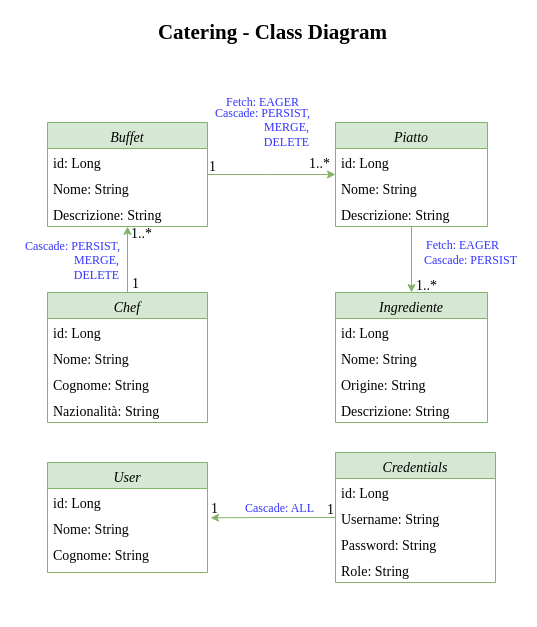
Earlier version of the draw.io diagram SIW_Catering_Class_Diagram/SIW_Catering_Class_Diagram.drawio (DavideTedesco/SIW-Catering-2022). Source tidied: cells renumbered, new cells numbered last; positions are measured from the earlier drawing's top-left corner, leaving out a move shared by most shapes. Both pictures are drawn from the tidied source at 100%, with x=0, y=0 at pixel (17, 17).
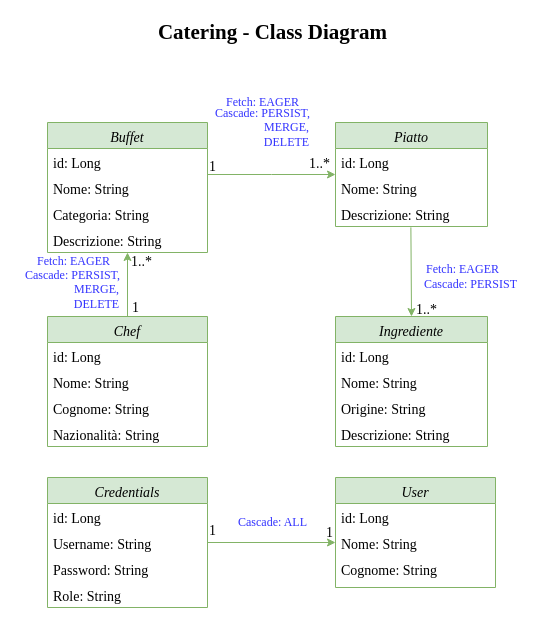
Above is the later version.

Unchanged cells that the change refers to:
```xml
<mxCell id="9" value="Descrizione: String" style="text;align=left;verticalAlign=top;spacingLeft=4;spacingRight=4;overflow=hidden;points=[[0,0.5],[1,0.5]];portConstraint=eastwest;rounded=0;shadow=0;html=0;fontFamily=Garamond;fontSize=14;" parent="6" vertex="1">
  <mxGeometry y="78" width="152" height="26" as="geometry" />
</mxCell>
<mxCell id="36" value="Nome: String" style="text;align=left;verticalAlign=top;spacingLeft=4;spacingRight=4;overflow=hidden;points=[[0,0.5],[1,0.5]];portConstraint=eastwest;fontFamily=Garamond;fontSize=14;" parent="34" vertex="1">
  <mxGeometry y="52" width="160" height="26" as="geometry" />
</mxCell>
<mxCell id="40" value="Username: String" style="text;align=left;verticalAlign=top;spacingLeft=4;spacingRight=4;overflow=hidden;points=[[0,0.5],[1,0.5]];portConstraint=eastwest;fontFamily=Garamond;fontSize=14;" parent="38" vertex="1">
  <mxGeometry y="52" width="160" height="26" as="geometry" />
</mxCell>
```

The edit, as a diff of the source:
```diff
@@
     <mxCell id="2" value="Buffet" style="swimlane;fontStyle=2;align=center;verticalAlign=top;horizontal=1;startSize=26;rounded=0;shadow=0;strokeWidth=1;fontFamily=Garamond;fontSize=14;fillColor=#d5e8d4;strokeColor=#82b366;" parent="1" vertex="1">
-      <mxGeometry x="30" y="105" width="160" height="104" as="geometry" />
+      <mxGeometry x="30" y="105" width="160" height="130" as="geometry" />
     </mxCell>
@@
-    <mxCell id="5" value="Descrizione: String" style="text;align=left;verticalAlign=top;spacingLeft=4;spacingRight=4;overflow=hidden;rounded=0;shadow=0;html=0;fontFamily=Garamond;fontSize=14;" parent="2" vertex="1">
+    <mxCell id="5" value="Categoria: String" style="text;align=left;verticalAlign=top;spacingLeft=4;spacingRight=4;overflow=hidden;rounded=0;shadow=0;html=0;fontFamily=Garamond;fontSize=14;" parent="2" vertex="1">
       <mxGeometry y="78" width="160" height="26" as="geometry" />
     </mxCell>
+    <mxCell id="47" value="Descrizione: String" style="text;align=left;verticalAlign=top;spacingLeft=4;spacingRight=4;overflow=hidden;rounded=0;shadow=0;html=0;fontFamily=Garamond;fontSize=14;" parent="2" vertex="1">
+      <mxGeometry y="104" width="160" height="26" as="geometry" />
+    </mxCell>
@@
     <mxCell id="13" value="Chef" style="swimlane;fontStyle=2;align=center;verticalAlign=top;horizontal=1;startSize=26;rounded=0;shadow=0;strokeWidth=1;fontFamily=Garamond;fontSize=14;fillColor=#d5e8d4;strokeColor=#82b366;" parent="1" vertex="1">
-      <mxGeometry x="30" y="275" width="160" height="130" as="geometry" />
+      <mxGeometry x="30" y="299" width="160" height="130" as="geometry" />
     </mxCell>
@@
-    <mxCell id="18" style="endArrow=classic;html=1;rounded=0;targetPerimeterSpacing=11;elbow=vertical;exitX=0.5;exitY=0;exitDx=0;exitDy=0;endFill=1;entryX=0.5;entryY=1;entryDx=0;entryDy=0;fontFamily=Garamond;fontSize=14;fillColor=#d5e8d4;strokeColor=#82b366;" parent="1" edge="1" source="13" target="2">
-      <mxGeometry relative="1" as="geometry" />
+    <mxCell id="18" style="endArrow=classic;html=1;rounded=0;targetPerimeterSpacing=11;elbow=vertical;exitX=0.5;exitY=0;exitDx=0;exitDy=0;endFill=1;fontFamily=Garamond;fontSize=14;fillColor=#d5e8d4;strokeColor=#82b366;" parent="1" edge="1" source="13">
+      <mxGeometry relative="1" as="geometry">
+        <mxPoint x="110" y="235" as="targetPoint" />
+      </mxGeometry>
     </mxCell>
     <mxCell id="19" value="Ingrediente" style="swimlane;fontStyle=2;align=center;verticalAlign=top;horizontal=1;startSize=26;rounded=0;shadow=0;strokeWidth=1;fontFamily=Garamond;fontSize=14;fillColor=#d5e8d4;strokeColor=#82b366;" parent="1" vertex="1">
-      <mxGeometry x="318" y="275" width="152" height="130" as="geometry" />
+      <mxGeometry x="318" y="299" width="152" height="130" as="geometry" />
     </mxCell>
@@
     <mxCell id="24" value="1..*" style="align=left;verticalAlign=bottom;labelBackgroundColor=none;fontSize=14;fontFamily=Garamond;" parent="1" vertex="1">
-      <mxGeometry x="112" y="225" as="geometry" />
+      <mxGeometry x="112" y="253" as="geometry" />
     </mxCell>
     <mxCell id="25" value="1..*" style="align=left;verticalAlign=bottom;labelBackgroundColor=none;fontSize=14;fontFamily=Garamond;" parent="1" vertex="1">
-      <mxGeometry x="290" y="228" as="geometry">
+      <mxGeometry x="290" y="252" as="geometry">
         <mxPoint x="107" y="49" as="offset" />
       </mxGeometry>
     </mxCell>
     <mxCell id="26" value="1" style="align=right;verticalAlign=bottom;labelBackgroundColor=none;fontSize=14;fontFamily=Garamond;" parent="1" vertex="1">
-      <mxGeometry x="123" y="275" as="geometry" />
+      <mxGeometry x="123" y="299" as="geometry" />
     </mxCell>
@@
-    <mxCell id="28" style="endArrow=classic;html=1;rounded=0;entryX=0.5;entryY=0;entryDx=0;entryDy=0;fillColor=#d5e8d4;strokeColor=#82b366;" parent="1" edge="1" source="9" target="19">
+    <mxCell id="28" style="endArrow=classic;html=1;rounded=0;entryX=0.5;entryY=0;entryDx=0;entryDy=0;fillColor=#d5e8d4;strokeColor=#82b366;exitX=0.496;exitY=1.033;exitDx=0;exitDy=0;exitPerimeter=0;" parent="1" edge="1" source="9" target="19">
       <mxGeometry relative="1" as="geometry" />
     </mxCell>
     <mxCell id="29" value="Fetch: EAGER" style="text;html=1;align=center;verticalAlign=middle;fontFamily=Garamond;fontColor=#3333FF;" parent="1" vertex="1">
-      <mxGeometry x="400" y="218" width="90" height="20" as="geometry" />
+      <mxGeometry x="400" y="242" width="90" height="20" as="geometry" />
     </mxCell>
     <mxCell id="30" value="Cascade: PERSIST" style="text;html=1;align=center;verticalAlign=middle;fontFamily=Garamond;fontColor=#3333FF;" parent="1" vertex="1">
-      <mxGeometry x="403" y="233" width="100" height="20" as="geometry" />
+      <mxGeometry x="403" y="257" width="100" height="20" as="geometry" />
     </mxCell>
     <mxCell id="31" value="Cascade: PERSIST, &lt;br&gt;&lt;span style=&quot;white-space: pre;&quot;&gt;&#9;&lt;span style=&quot;white-space: pre;&quot;&gt;&#9;&lt;/span&gt;&lt;/span&gt;MERGE, &lt;br&gt;&lt;span style=&quot;white-space: pre;&quot;&gt;&#9;&lt;/span&gt;&lt;span style=&quot;white-space: pre;&quot;&gt;&#9;&lt;/span&gt;DELETE" style="text;html=1;align=center;verticalAlign=middle;fontFamily=Garamond;fontColor=#3333FF;" parent="1" vertex="1">
-      <mxGeometry y="218" width="110" height="50" as="geometry" />
+      <mxGeometry y="247" width="110" height="50" as="geometry" />
     </mxCell>
@@
     <mxCell id="34" value="User" style="swimlane;fontStyle=2;align=center;verticalAlign=top;horizontal=1;startSize=26;rounded=0;shadow=0;strokeWidth=1;fontFamily=Garamond;fontSize=14;fillColor=#d5e8d4;strokeColor=#82b366;" parent="1" vertex="1">
-      <mxGeometry x="30" y="445" width="160" height="110" as="geometry" />
+      <mxGeometry x="318" y="460" width="160" height="110" as="geometry" />
     </mxCell>
@@
     <mxCell id="38" value="Credentials" style="swimlane;fontStyle=2;align=center;verticalAlign=top;horizontal=1;startSize=26;rounded=0;shadow=0;strokeWidth=1;fontFamily=Garamond;fontSize=14;fillColor=#d5e8d4;strokeColor=#82b366;" parent="1" vertex="1">
-      <mxGeometry x="318" y="435" width="160" height="130" as="geometry" />
+      <mxGeometry x="30" y="460" width="160" height="130" as="geometry" />
     </mxCell>
@@
-    <mxCell id="43" style="edgeStyle=orthogonalEdgeStyle;rounded=0;jettySize=auto;html=1;exitX=0;exitY=0.5;exitDx=0;exitDy=0;entryX=1.019;entryY=0.128;entryDx=0;entryDy=0;entryPerimeter=0;fillColor=#d5e8d4;strokeColor=#82b366;" parent="1" edge="1" source="40" target="36">
-      <mxGeometry relative="1" as="geometry" />
-    </mxCell>
     <mxCell id="44" value="1" style="align=right;verticalAlign=bottom;labelBackgroundColor=none;fontSize=14;fontFamily=Garamond;" parent="1" vertex="1">
-      <mxGeometry x="318" y="501" as="geometry" />
+      <mxGeometry x="317" y="524" as="geometry" />
     </mxCell>
     <mxCell id="45" value="1" style="align=right;verticalAlign=bottom;labelBackgroundColor=none;fontSize=14;fontFamily=Garamond;" parent="1" vertex="1">
-      <mxGeometry x="202" y="500" as="geometry" />
+      <mxGeometry x="200" y="522" as="geometry" />
     </mxCell>
     <mxCell id="46" value="Cascade: ALL" style="text;html=1;align=center;verticalAlign=middle;fontFamily=Garamond;fontColor=#3333FF;" parent="1" vertex="1">
-      <mxGeometry x="222" y="481" width="80" height="20" as="geometry" />
+      <mxGeometry x="215" y="495" width="80" height="20" as="geometry" />
     </mxCell>
+    <mxCell id="48" value="Fetch: EAGER" style="text;html=1;align=center;verticalAlign=middle;fontFamily=Garamond;fontColor=#3333FF;" parent="1" vertex="1">
+      <mxGeometry x="11" y="234" width="90" height="20" as="geometry" />
+    </mxCell>
+    <mxCell id="43" style="edgeStyle=orthogonalEdgeStyle;rounded=0;jettySize=auto;html=1;exitX=1;exitY=0.5;exitDx=0;exitDy=0;entryX=0;entryY=0.5;entryDx=0;entryDy=0;fillColor=#d5e8d4;strokeColor=#82b366;" parent="1" edge="1" source="40" target="36">
+      <mxGeometry relative="1" as="geometry" />
+    </mxCell>
```
